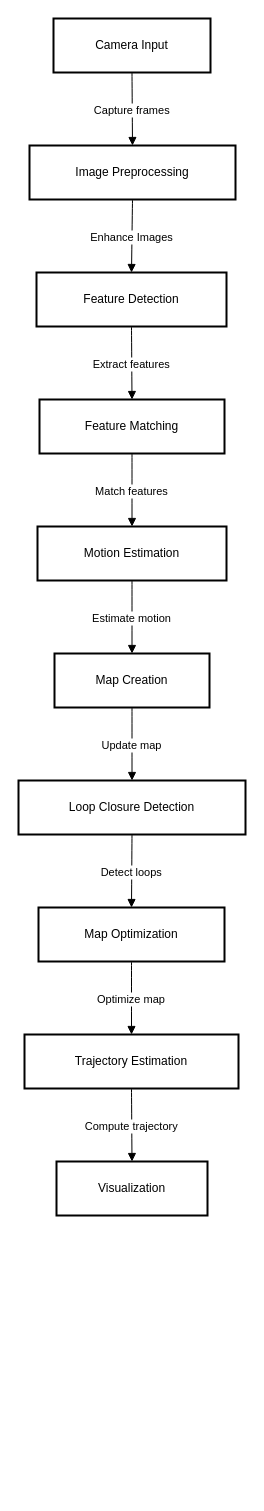
The draw.io diagram pipeline.drawio in Marcus441/WebSLAM, before the edit. Source tidied: cells renumbered, new cells numbered last; positions are measured from the earlier drawing's top-left corner, leaving out a move shared by most shapes. Both pictures are drawn from the tidied source at 100%, with x=0, y=0 at pixel (18, 18).
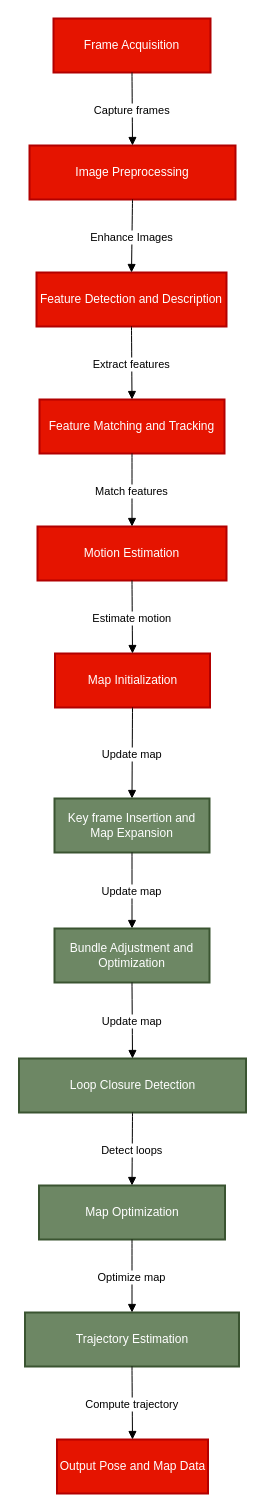
The same diagram, later.

Change to the diagram source:
```diff
@@
-    <mxCell id="2" value="Camera Input" style="whiteSpace=wrap;strokeWidth=2;" parent="1" vertex="1">
+    <mxCell id="2" value="Frame Acquisition" style="whiteSpace=wrap;strokeWidth=2;fillColor=#e51400;fontColor=#ffffff;strokeColor=#B20000;" parent="1" vertex="1">
       <mxGeometry x="35" width="157" height="54" as="geometry" />
     </mxCell>
-    <mxCell id="3" value="Image Preprocessing" style="whiteSpace=wrap;strokeWidth=2;" parent="1" vertex="1">
+    <mxCell id="3" value="Image Preprocessing" style="whiteSpace=wrap;strokeWidth=2;fillColor=#e51400;fontColor=#ffffff;strokeColor=#B20000;" parent="1" vertex="1">
       <mxGeometry x="11" y="127" width="206" height="54" as="geometry" />
     </mxCell>
-    <mxCell id="4" value="Feature Detection" style="whiteSpace=wrap;strokeWidth=2;" parent="1" vertex="1">
+    <mxCell id="4" value="Feature Detection and Description" style="whiteSpace=wrap;strokeWidth=2;fillColor=#e51400;fontColor=#ffffff;strokeColor=#B20000;" parent="1" vertex="1">
       <mxGeometry x="18" y="254" width="190" height="54" as="geometry" />
     </mxCell>
-    <mxCell id="5" value="Feature Matching" style="whiteSpace=wrap;strokeWidth=2;" parent="1" vertex="1">
+    <mxCell id="5" value="Feature Matching and Tracking" style="whiteSpace=wrap;strokeWidth=2;fillColor=#e51400;fontColor=#ffffff;strokeColor=#B20000;" parent="1" vertex="1">
       <mxGeometry x="21" y="381" width="185" height="54" as="geometry" />
     </mxCell>
-    <mxCell id="6" value="Motion Estimation" style="whiteSpace=wrap;strokeWidth=2;" parent="1" vertex="1">
+    <mxCell id="6" value="Motion Estimation" style="whiteSpace=wrap;strokeWidth=2;fillColor=#e51400;fontColor=#ffffff;strokeColor=#B20000;" parent="1" vertex="1">
       <mxGeometry x="19" y="508" width="189" height="54" as="geometry" />
     </mxCell>
-    <mxCell id="7" value="Map Creation" style="whiteSpace=wrap;strokeWidth=2;" parent="1" vertex="1">
-      <mxGeometry x="36" y="635" width="155" height="54" as="geometry" />
+    <mxCell id="7" value="Map Initialization" style="whiteSpace=wrap;strokeWidth=2;fontStyle=0;fillColor=#e51400;fontColor=#ffffff;strokeColor=#B20000;" parent="1" vertex="1">
+      <mxGeometry x="36.5" y="635" width="155" height="54" as="geometry" />
     </mxCell>
-    <mxCell id="8" value="Loop Closure Detection" style="whiteSpace=wrap;strokeWidth=2;" parent="1" vertex="1">
-      <mxGeometry y="762" width="227" height="54" as="geometry" />
-    </mxCell>
-    <mxCell id="9" value="Map Optimization" style="whiteSpace=wrap;strokeWidth=2;" parent="1" vertex="1">
-      <mxGeometry x="20" y="889" width="186" height="54" as="geometry" />
-    </mxCell>
-    <mxCell id="10" value="Trajectory Estimation" style="whiteSpace=wrap;strokeWidth=2;" parent="1" vertex="1">
-      <mxGeometry x="6" y="1016" width="214" height="54" as="geometry" />
-    </mxCell>
-    <mxCell id="11" value="Visualization" style="whiteSpace=wrap;strokeWidth=2;" parent="1" vertex="1">
-      <mxGeometry x="38" y="1143" width="151" height="54" as="geometry" />
-    </mxCell>
@@
-    <mxCell id="17" value="Update map" style="curved=1;startArrow=none;endArrow=block;exitX=0.5;exitY=1;entryX=0.5;entryY=0;" parent="1" edge="1" source="7" target="8">
+    <mxCell id="17" value="Update map" style="curved=1;startArrow=none;endArrow=block;exitX=0.5;exitY=1;entryX=0.5;entryY=0;entryDx=0;entryDy=0;" parent="1" edge="1" source="7" target="22">
       <mxGeometry relative="1" as="geometry" />
     </mxCell>
+    <mxCell id="8" value="Loop Closure Detection" style="whiteSpace=wrap;strokeWidth=2;fillColor=#6d8764;fontColor=#ffffff;strokeColor=#3A5431;" parent="1" vertex="1">
+      <mxGeometry x="0.5" y="1040" width="227" height="54" as="geometry" />
+    </mxCell>
+    <mxCell id="9" value="Map Optimization" style="whiteSpace=wrap;strokeWidth=2;fillColor=#6d8764;fontColor=#ffffff;strokeColor=#3A5431;" parent="1" vertex="1">
+      <mxGeometry x="20.5" y="1167" width="186" height="54" as="geometry" />
+    </mxCell>
+    <mxCell id="10" value="Trajectory Estimation" style="whiteSpace=wrap;strokeWidth=2;fillColor=#6d8764;fontColor=#ffffff;strokeColor=#3A5431;" parent="1" vertex="1">
+      <mxGeometry x="6.5" y="1294" width="214" height="54" as="geometry" />
+    </mxCell>
+    <mxCell id="21" value="Output Pose and Map Data" style="whiteSpace=wrap;strokeWidth=2;fillColor=#e51400;fontColor=#ffffff;strokeColor=#B20000;" parent="1" vertex="1">
+      <mxGeometry x="38.5" y="1421" width="151" height="54" as="geometry" />
+    </mxCell>
@@
-    <mxCell id="20" value="Compute trajectory" style="curved=1;startArrow=none;endArrow=block;exitX=0.5;exitY=1;entryX=0.5;entryY=0;" parent="1" edge="1" source="10" target="11">
+    <mxCell id="20" value="Compute trajectory" style="curved=1;startArrow=none;endArrow=block;exitX=0.5;exitY=1;entryX=0.5;entryY=0;" parent="1" edge="1" source="10" target="21">
       <mxGeometry relative="1" as="geometry" />
     </mxCell>
+    <mxCell id="22" value="Key frame Insertion and Map Expansion" style="whiteSpace=wrap;strokeWidth=2;fillColor=#6d8764;fontColor=#ffffff;strokeColor=#3A5431;" parent="1" vertex="1">
+      <mxGeometry x="36" y="780" width="155" height="54" as="geometry" />
+    </mxCell>
+    <mxCell id="23" value="Update map" style="curved=1;startArrow=none;endArrow=block;exitX=0.5;exitY=1;entryX=0.5;entryY=0;entryDx=0;entryDy=0;" parent="1" edge="1" source="22" target="24">
+      <mxGeometry relative="1" as="geometry" />
+    </mxCell>
+    <mxCell id="24" value="Bundle Adjustment and Optimization" style="whiteSpace=wrap;strokeWidth=2;fillColor=#6d8764;fontColor=#ffffff;strokeColor=#3A5431;" parent="1" vertex="1">
+      <mxGeometry x="36" y="910" width="155" height="54" as="geometry" />
+    </mxCell>
+    <mxCell id="25" value="Update map" style="curved=1;startArrow=none;endArrow=block;exitX=0.5;exitY=1;entryX=0.5;entryY=0;entryDx=0;entryDy=0;" parent="1" edge="1" source="24" target="8">
+      <mxGeometry relative="1" as="geometry" />
+    </mxCell>
```
